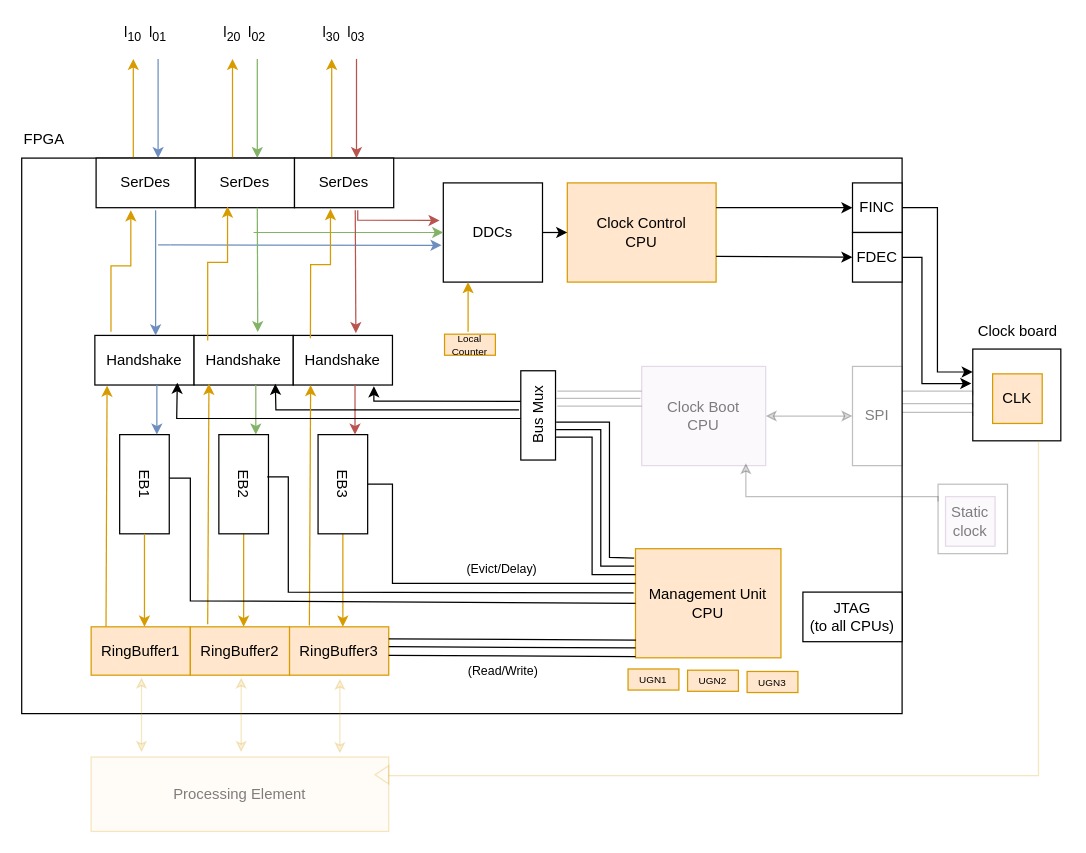
Above: docs/diagrams/bittide-mu-diagram.drawio in bittide/bittide-hardware (draw.io), before the change. Source tidied: cells renumbered, new cells numbered last; positions are measured from the earlier drawing's top-left corner, leaving out a move shared by most shapes. Both pictures are drawn from the tidied source at 124%, with x=0, y=0 at pixel (21, 21).
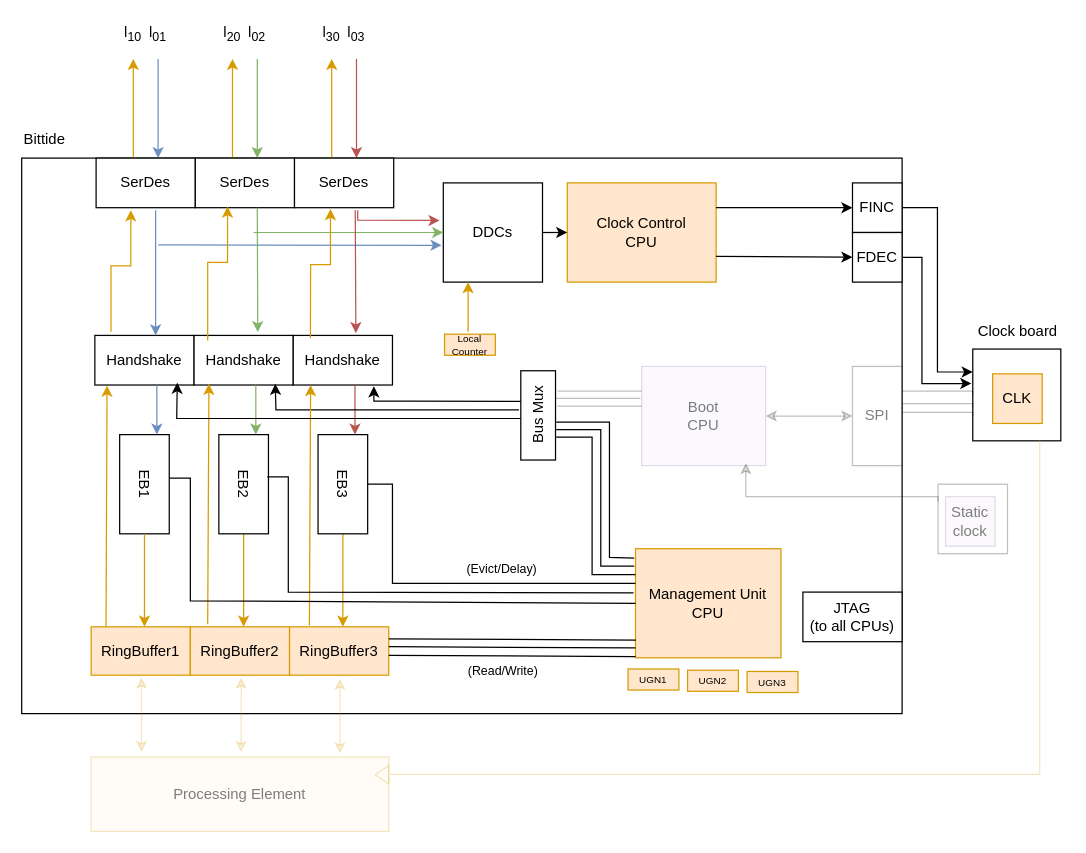
Above is the later version.

The edit, as a diff of the source:
```diff
@@
-    <mxCell id="5" value="FPGA" style="text;html=1;align=left;verticalAlign=middle;whiteSpace=wrap;rounded=0;" parent="1" vertex="1">
+    <mxCell id="5" value="Bittide" style="text;html=1;align=left;verticalAlign=middle;whiteSpace=wrap;rounded=0;" parent="1" vertex="1">
       <mxGeometry y="80" width="60" height="30" as="geometry" />
     </mxCell>
@@
-    <mxCell id="43" value="&lt;div&gt;Clock Boot&lt;/div&gt;&lt;div&gt;CPU&lt;/div&gt;" style="rounded=0;whiteSpace=wrap;html=1;fillColor=#e1d5e7;strokeColor=#9673a6;fillOpacity=15;strokeOpacity=25;textOpacity=50;" parent="1" vertex="1">
+    <mxCell id="43" value="&lt;div&gt;Boot&lt;/div&gt;&lt;div&gt;CPU&lt;/div&gt;" style="rounded=0;whiteSpace=wrap;html=1;fillColor=#e1d5e7;strokeColor=#9673a6;fillOpacity=15;strokeOpacity=25;textOpacity=50;" parent="1" vertex="1">
       <mxGeometry x="500" y="278" width="100" height="80" as="geometry" />
     </mxCell>
@@
     <mxCell id="96" style="endArrow=none;html=1;rounded=0;entryX=0.75;entryY=1;entryDx=0;entryDy=0;exitX=1;exitY=0.25;exitDx=0;exitDy=0;strokeOpacity=25;fillOpacity=15;fillColor=#ffe6cc;strokeColor=#d79b00;" parent="1" edge="1">
       <mxGeometry relative="1" as="geometry">
-        <mxPoint x="296" y="608" as="sourcePoint" />
-        <mxPoint x="820" y="338" as="targetPoint" />
+        <mxPoint x="297" y="607" as="sourcePoint" />
+        <mxPoint x="821" y="337" as="targetPoint" />
         <Array as="points">
-          <mxPoint x="820" y="608" />
+          <mxPoint x="821" y="607" />
         </Array>
       </mxGeometry>
     </mxCell>
```
